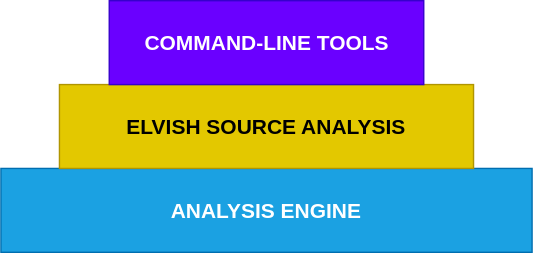
Before: docs/architecture.svg, a diagram exported from draw.io (giancosta86/primrose). Source tidied: cells renumbered, new cells last; positions are measured from the earlier drawing's top-left corner, leaving out a move shared by most shapes. Source of this version:
```xml
<mxGraphModel>
  <root>
    <mxCell id="0" />
    <mxCell id="1" parent="0" />
    <mxCell id="2" value="ANALYSIS ENGINE" style="rounded=0;whiteSpace=wrap;html=1;fillColor=#1ba1e2;fontColor=#ffffff;strokeColor=#006EAF;fontStyle=1;fontSize=15;" parent="1" vertex="1">
      <mxGeometry y="120" width="380" height="60" as="geometry" />
    </mxCell>
    <mxCell id="3" value="ELVISH SOURCE ANALYSIS" style="rounded=0;whiteSpace=wrap;html=1;fillColor=#e3c800;fontColor=#000000;strokeColor=#B09500;fontStyle=1;fontSize=15;" parent="1" vertex="1">
      <mxGeometry x="41.9" y="60" width="296.2" height="60" as="geometry" />
    </mxCell>
    <mxCell id="4" value="COMMAND-LINE TOOLS" style="rounded=0;whiteSpace=wrap;html=1;fillColor=#6a00ff;fontColor=#ffffff;strokeColor=#3700CC;fontStyle=1;fontSize=15;" parent="1" vertex="1">
      <mxGeometry x="77.5" width="225" height="60" as="geometry" />
    </mxCell>
  </root>
</mxGraphModel>
```
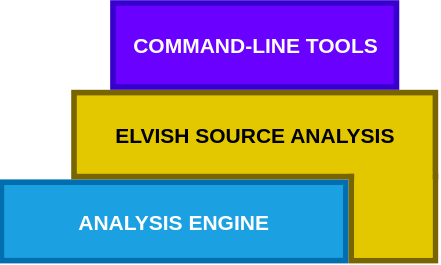
After the change.

Commit message:
Update architecture diagram

The edit, as a diff of the source:
```diff
@@ -2,14 +2,20 @@
   <root>
     <mxCell id="0" />
     <mxCell id="1" parent="0" />
-    <mxCell id="2" value="ANALYSIS ENGINE" style="rounded=0;whiteSpace=wrap;html=1;fillColor=#1ba1e2;fontColor=#ffffff;strokeColor=#006EAF;fontStyle=1;fontSize=15;" parent="1" vertex="1">
-      <mxGeometry y="120" width="380" height="60" as="geometry" />
+    <mxCell id="2" value="ANALYSIS ENGINE" style="rounded=0;whiteSpace=wrap;html=1;fillColor=#1ba1e2;fontColor=#ffffff;strokeColor=light-dark(#006EAF, #0034ad);fontStyle=1;fontSize=15;strokeWidth=4;imageWidth=24;" parent="1" vertex="1">
+      <mxGeometry x="-10" y="120" width="246" height="56" as="geometry" />
     </mxCell>
-    <mxCell id="3" value="ELVISH SOURCE ANALYSIS" style="rounded=0;whiteSpace=wrap;html=1;fillColor=#e3c800;fontColor=#000000;strokeColor=#B09500;fontStyle=1;fontSize=15;" parent="1" vertex="1">
-      <mxGeometry x="41.9" y="60" width="296.2" height="60" as="geometry" />
+    <mxCell id="3" value="ELVISH SOURCE ANALYSIS" style="rounded=0;whiteSpace=wrap;html=1;fillColor=#e3c800;fontColor=#000000;strokeColor=#786400;fontStyle=1;fontSize=15;strokeWidth=4;" parent="1" vertex="1">
+      <mxGeometry x="41.9" y="56" width="258.1" height="60" as="geometry" />
     </mxCell>
-    <mxCell id="4" value="COMMAND-LINE TOOLS" style="rounded=0;whiteSpace=wrap;html=1;fillColor=#6a00ff;fontColor=#ffffff;strokeColor=#3700CC;fontStyle=1;fontSize=15;" parent="1" vertex="1">
-      <mxGeometry x="77.5" width="225" height="60" as="geometry" />
+    <mxCell id="4" value="COMMAND-LINE TOOLS" style="rounded=0;whiteSpace=wrap;html=1;fillColor=#6a00ff;fontColor=#ffffff;strokeColor=light-dark(#3700CC, #350075);fontStyle=1;fontSize=15;strokeWidth=4;" parent="1" vertex="1">
+      <mxGeometry x="69.7" y="-8" width="202.5" height="60" as="geometry" />
     </mxCell>
+    <mxCell id="5" style="rounded=0;whiteSpace=wrap;html=1;fillColor=#e3c800;fontColor=#000000;strokeColor=#786400;fontStyle=1;fontSize=15;strokeWidth=4;" parent="1" vertex="1">
+      <mxGeometry x="240" y="116" width="60" height="60" as="geometry" />
+    </mxCell>
+    <mxCell id="6" style="rounded=0;whiteSpace=wrap;html=1;fillColor=light-dark(#E3C800,#E3C800);strokeColor=none;fillStyle=solid;" parent="1" vertex="1">
+      <mxGeometry x="242" y="113" width="56" height="61" as="geometry" />
+    </mxCell>
   </root>
 </mxGraphModel>
```
